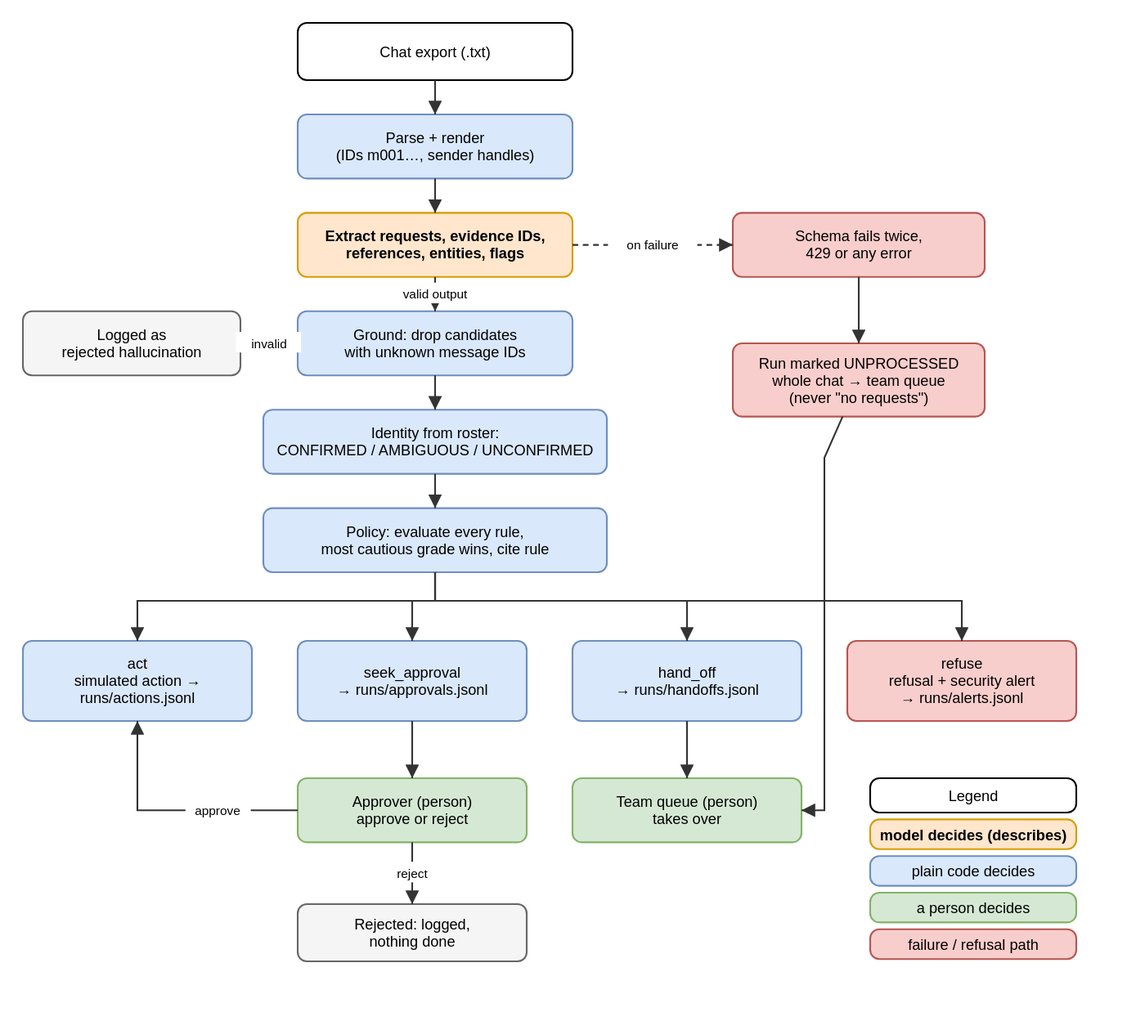
The draw.io diagram docs/workflow.drawio.svg in Anish-185/aminobots-chat-triage-agent, before a commit. Source tidied: cells renumbered, new cells last; positions are measured from the earlier drawing's top-left corner, leaving out a move shared by most shapes. Its diagram source:
```xml
<mxGraphModel background="#ffffff">
  <root>
    <mxCell id="0" />
    <mxCell id="1" parent="0" />
    <mxCell id="2" value="Chat export (.txt)" style="rounded=1;whiteSpace=wrap;html=1;fillColor=#ffffff;strokeColor=#000000;" parent="1" vertex="1">
      <mxGeometry x="240" width="240" height="50" as="geometry" />
    </mxCell>
    <mxCell id="3" value="Parse + render&lt;br&gt;(IDs m001…, sender handles)" style="rounded=1;whiteSpace=wrap;html=1;fillColor=#dae8fc;strokeColor=#6c8ebf;" parent="1" vertex="1">
      <mxGeometry x="240" y="80" width="240" height="56" as="geometry" />
    </mxCell>
    <mxCell id="4" value="Extract requests, evidence IDs,&lt;br&gt;references, entities, flags" style="rounded=1;whiteSpace=wrap;html=1;fillColor=#ffe6cc;strokeColor=#d79b00;fontStyle=1;" parent="1" vertex="1">
      <mxGeometry x="240" y="166" width="240" height="56" as="geometry" />
    </mxCell>
    <mxCell id="5" value="Schema fails twice,&lt;br&gt;429 or any error" style="rounded=1;whiteSpace=wrap;html=1;fillColor=#f8cecc;strokeColor=#b85450;" parent="1" vertex="1">
      <mxGeometry x="620" y="166" width="220" height="56" as="geometry" />
    </mxCell>
    <mxCell id="6" value="Run marked UNPROCESSED&lt;br&gt;whole chat → team queue&lt;br&gt;(never &quot;no requests&quot;)" style="rounded=1;whiteSpace=wrap;html=1;fillColor=#f8cecc;strokeColor=#b85450;" parent="1" vertex="1">
      <mxGeometry x="620" y="280" width="220" height="64" as="geometry" />
    </mxCell>
    <mxCell id="7" value="Ground: drop candidates&lt;br&gt;with unknown message IDs" style="rounded=1;whiteSpace=wrap;html=1;fillColor=#dae8fc;strokeColor=#6c8ebf;" parent="1" vertex="1">
      <mxGeometry x="240" y="252" width="240" height="56" as="geometry" />
    </mxCell>
    <mxCell id="8" value="Logged as&lt;br&gt;rejected hallucination" style="rounded=1;whiteSpace=wrap;html=1;fillColor=#f5f5f5;strokeColor=#666666;" parent="1" vertex="1">
      <mxGeometry y="252" width="190" height="56" as="geometry" />
    </mxCell>
    <mxCell id="9" value="Identity from roster:&lt;br&gt;CONFIRMED / AMBIGUOUS / UNCONFIRMED" style="rounded=1;whiteSpace=wrap;html=1;fillColor=#dae8fc;strokeColor=#6c8ebf;" parent="1" vertex="1">
      <mxGeometry x="210" y="338" width="300" height="56" as="geometry" />
    </mxCell>
    <mxCell id="10" value="Policy: evaluate every rule,&lt;br&gt;most cautious grade wins, cite rule" style="rounded=1;whiteSpace=wrap;html=1;fillColor=#dae8fc;strokeColor=#6c8ebf;" parent="1" vertex="1">
      <mxGeometry x="210" y="424" width="300" height="56" as="geometry" />
    </mxCell>
    <mxCell id="11" value="act&lt;br&gt;simulated action →&lt;br&gt;runs/actions.jsonl" style="rounded=1;whiteSpace=wrap;html=1;fillColor=#dae8fc;strokeColor=#6c8ebf;" parent="1" vertex="1">
      <mxGeometry y="540" width="200" height="70" as="geometry" />
    </mxCell>
    <mxCell id="12" value="seek_approval&lt;br&gt;→ runs/approvals.jsonl" style="rounded=1;whiteSpace=wrap;html=1;fillColor=#dae8fc;strokeColor=#6c8ebf;" parent="1" vertex="1">
      <mxGeometry x="240" y="540" width="200" height="70" as="geometry" />
    </mxCell>
    <mxCell id="13" value="hand_off&lt;br&gt;→ runs/handoffs.jsonl" style="rounded=1;whiteSpace=wrap;html=1;fillColor=#dae8fc;strokeColor=#6c8ebf;" parent="1" vertex="1">
      <mxGeometry x="480" y="540" width="200" height="70" as="geometry" />
    </mxCell>
    <mxCell id="14" value="refuse&lt;br&gt;refusal + security alert&lt;br&gt;→ runs/alerts.jsonl" style="rounded=1;whiteSpace=wrap;html=1;fillColor=#f8cecc;strokeColor=#b85450;" parent="1" vertex="1">
      <mxGeometry x="720" y="540" width="200" height="70" as="geometry" />
    </mxCell>
    <mxCell id="15" value="Approver (person)&lt;br&gt;approve or reject" style="rounded=1;whiteSpace=wrap;html=1;fillColor=#d5e8d4;strokeColor=#82b366;" parent="1" vertex="1">
      <mxGeometry x="240" y="660" width="200" height="56" as="geometry" />
    </mxCell>
    <mxCell id="16" value="Team queue (person)&lt;br&gt;takes over" style="rounded=1;whiteSpace=wrap;html=1;fillColor=#d5e8d4;strokeColor=#82b366;" parent="1" vertex="1">
      <mxGeometry x="480" y="660" width="200" height="56" as="geometry" />
    </mxCell>
    <mxCell id="17" value="Rejected: logged,&lt;br&gt;nothing done" style="rounded=1;whiteSpace=wrap;html=1;fillColor=#f5f5f5;strokeColor=#666666;" parent="1" vertex="1">
      <mxGeometry x="240" y="770" width="200" height="50" as="geometry" />
    </mxCell>
    <mxCell id="18" value="Legend" style="rounded=1;whiteSpace=wrap;html=1;fillColor=#ffffff;strokeColor=#000000;" parent="1" vertex="1">
      <mxGeometry x="740" y="660" width="180" height="30" as="geometry" />
    </mxCell>
    <mxCell id="19" value="model decides (describes)" style="rounded=1;whiteSpace=wrap;html=1;fillColor=#ffe6cc;strokeColor=#d79b00;fontStyle=1;" parent="1" vertex="1">
      <mxGeometry x="740" y="696" width="180" height="26" as="geometry" />
    </mxCell>
    <mxCell id="20" value="plain code decides" style="rounded=1;whiteSpace=wrap;html=1;fillColor=#dae8fc;strokeColor=#6c8ebf;" parent="1" vertex="1">
      <mxGeometry x="740" y="728" width="180" height="26" as="geometry" />
    </mxCell>
    <mxCell id="21" value="a person decides" style="rounded=1;whiteSpace=wrap;html=1;fillColor=#d5e8d4;strokeColor=#82b366;" parent="1" vertex="1">
      <mxGeometry x="740" y="760" width="180" height="26" as="geometry" />
    </mxCell>
    <mxCell id="22" value="failure / refusal path" style="rounded=1;whiteSpace=wrap;html=1;fillColor=#f8cecc;strokeColor=#b85450;" parent="1" vertex="1">
      <mxGeometry x="740" y="792" width="180" height="26" as="geometry" />
    </mxCell>
    <mxCell id="23" style="endArrow=classic;html=1;rounded=0;" parent="1" edge="1" source="2" target="3">
      <mxGeometry relative="1" as="geometry" />
    </mxCell>
    <mxCell id="24" style="endArrow=classic;html=1;rounded=0;" parent="1" edge="1" source="3" target="4">
      <mxGeometry relative="1" as="geometry" />
    </mxCell>
    <mxCell id="25" value="on failure" style="endArrow=classic;html=1;rounded=0;dashed=1;" parent="1" edge="1" source="4" target="5">
      <mxGeometry relative="1" as="geometry" />
    </mxCell>
    <mxCell id="26" style="endArrow=classic;html=1;rounded=0;" parent="1" edge="1" source="5" target="6">
      <mxGeometry relative="1" as="geometry" />
    </mxCell>
    <mxCell id="27" style="endArrow=classic;html=1;rounded=0;" parent="1" edge="1" source="6" target="16">
      <mxGeometry relative="1" as="geometry">
        <Array as="points">
          <mxPoint x="700" y="380" />
          <mxPoint x="700" y="688" />
        </Array>
      </mxGeometry>
    </mxCell>
    <mxCell id="28" value="valid output" style="endArrow=classic;html=1;rounded=0;" parent="1" edge="1" source="4" target="7">
      <mxGeometry relative="1" as="geometry" />
    </mxCell>
    <mxCell id="29" value="invalid" style="endArrow=classic;html=1;rounded=0;" parent="1" edge="1" source="7" target="8">
      <mxGeometry relative="1" as="geometry" />
    </mxCell>
    <mxCell id="30" style="endArrow=classic;html=1;rounded=0;" parent="1" edge="1" source="7" target="9">
      <mxGeometry relative="1" as="geometry" />
    </mxCell>
    <mxCell id="31" style="endArrow=classic;html=1;rounded=0;" parent="1" edge="1" source="9" target="10">
      <mxGeometry relative="1" as="geometry" />
    </mxCell>
    <mxCell id="32" style="endArrow=classic;html=1;rounded=0;" parent="1" edge="1" source="10" target="11">
      <mxGeometry relative="1" as="geometry">
        <Array as="points">
          <mxPoint x="360" y="505" />
          <mxPoint x="100" y="505" />
        </Array>
      </mxGeometry>
    </mxCell>
    <mxCell id="33" style="endArrow=classic;html=1;rounded=0;" parent="1" edge="1" source="10" target="12">
      <mxGeometry relative="1" as="geometry">
        <Array as="points">
          <mxPoint x="360" y="505" />
          <mxPoint x="340" y="505" />
        </Array>
      </mxGeometry>
    </mxCell>
    <mxCell id="34" style="endArrow=classic;html=1;rounded=0;" parent="1" edge="1" source="10" target="13">
      <mxGeometry relative="1" as="geometry">
        <Array as="points">
          <mxPoint x="360" y="505" />
          <mxPoint x="580" y="505" />
        </Array>
      </mxGeometry>
    </mxCell>
    <mxCell id="35" style="endArrow=classic;html=1;rounded=0;" parent="1" edge="1" source="10" target="14">
      <mxGeometry relative="1" as="geometry">
        <Array as="points">
          <mxPoint x="360" y="505" />
          <mxPoint x="820" y="505" />
        </Array>
      </mxGeometry>
    </mxCell>
    <mxCell id="36" style="endArrow=classic;html=1;rounded=0;" parent="1" edge="1" source="12" target="15">
      <mxGeometry relative="1" as="geometry" />
    </mxCell>
    <mxCell id="37" value="approve" style="endArrow=classic;html=1;rounded=0;" parent="1" edge="1" source="15" target="11">
      <mxGeometry relative="1" as="geometry">
        <Array as="points">
          <mxPoint x="100" y="688" />
        </Array>
      </mxGeometry>
    </mxCell>
    <mxCell id="38" value="reject" style="endArrow=classic;html=1;rounded=0;" parent="1" edge="1" source="15" target="17">
      <mxGeometry relative="1" as="geometry" />
    </mxCell>
    <mxCell id="39" style="endArrow=classic;html=1;rounded=0;" parent="1" edge="1" source="13" target="16">
      <mxGeometry relative="1" as="geometry" />
    </mxCell>
  </root>
</mxGraphModel>
```
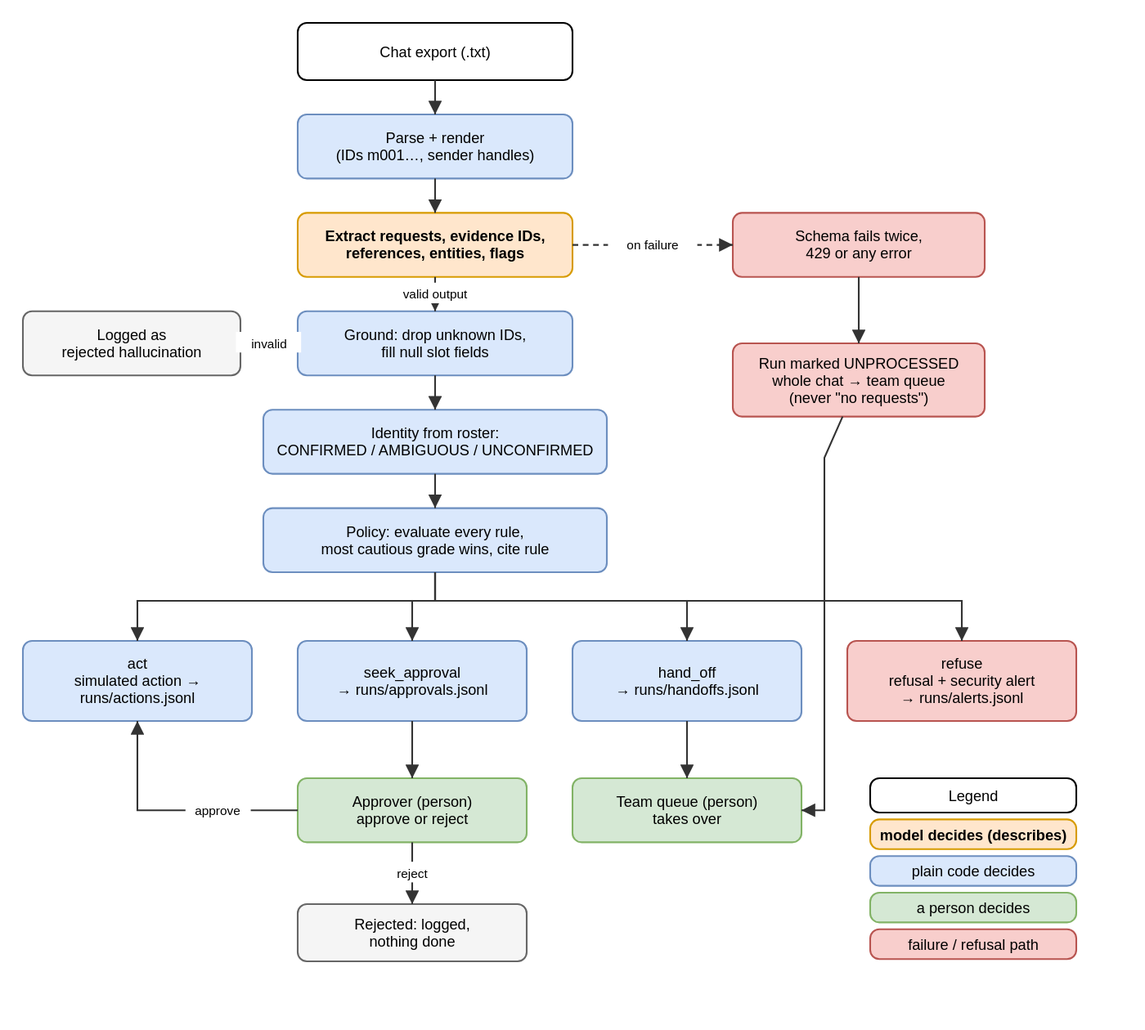
Above is the later version.

Diff of the diagram source:
```diff
@@ -17,7 +17,7 @@
     <mxCell id="6" value="Run marked UNPROCESSED&lt;br&gt;whole chat → team queue&lt;br&gt;(never &quot;no requests&quot;)" style="rounded=1;whiteSpace=wrap;html=1;fillColor=#f8cecc;strokeColor=#b85450;" parent="1" vertex="1">
       <mxGeometry x="620" y="280" width="220" height="64" as="geometry" />
     </mxCell>
-    <mxCell id="7" value="Ground: drop candidates&lt;br&gt;with unknown message IDs" style="rounded=1;whiteSpace=wrap;html=1;fillColor=#dae8fc;strokeColor=#6c8ebf;" parent="1" vertex="1">
+    <mxCell id="7" value="Ground: drop unknown IDs,&lt;br&gt;fill null slot fields" style="rounded=1;whiteSpace=wrap;html=1;fillColor=#dae8fc;strokeColor=#6c8ebf;" parent="1" vertex="1">
       <mxGeometry x="240" y="252" width="240" height="56" as="geometry" />
     </mxCell>
     <mxCell id="8" value="Logged as&lt;br&gt;rejected hallucination" style="rounded=1;whiteSpace=wrap;html=1;fillColor=#f5f5f5;strokeColor=#666666;" parent="1" vertex="1">
```
